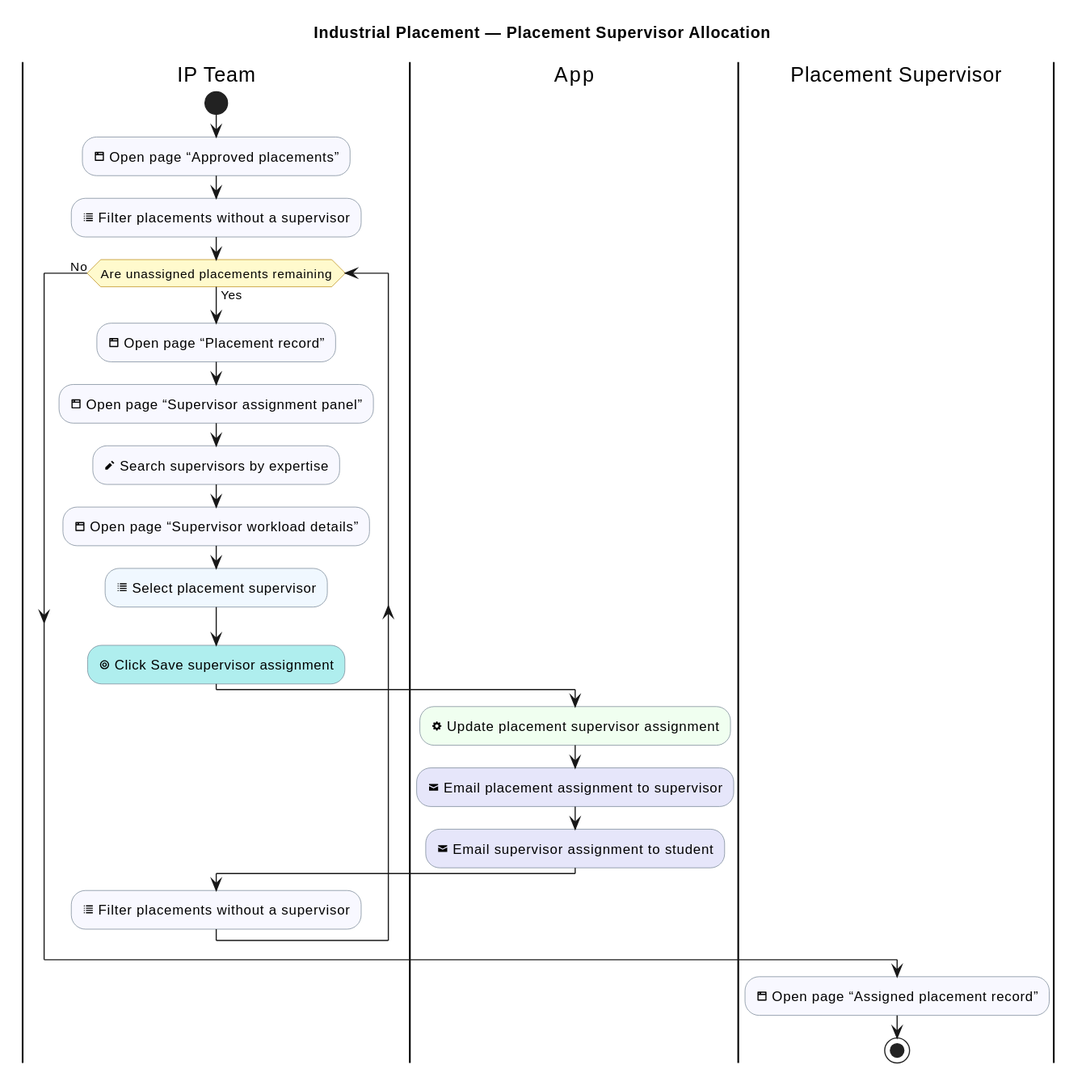
sdflkjssl/sdflkjssl.github.io keeps this PlantUML diagram as industrial-placement-group-project/diagrams/industrial-placement/supervisor-allocation.svg. Above is the earlier version.
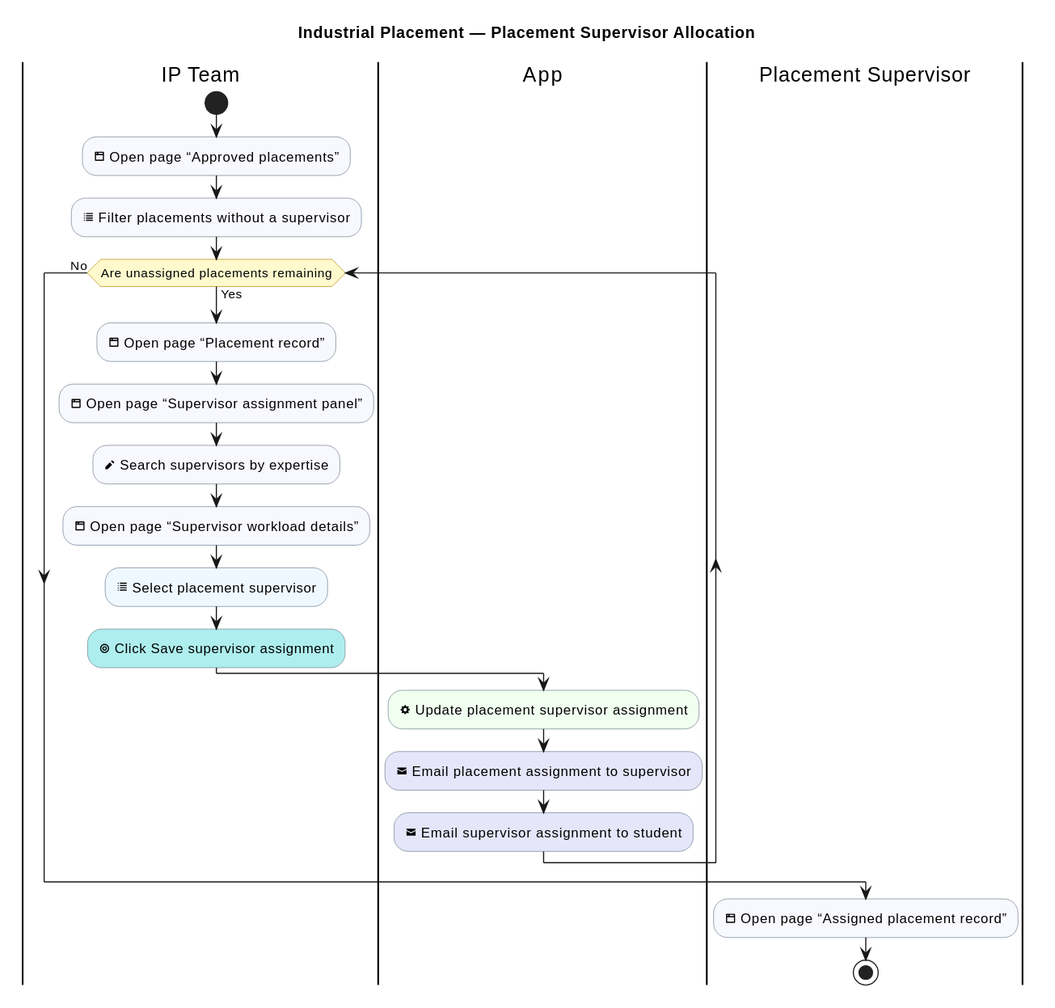
Later version of the same file.

What changed in the source:
```diff
@@ -27,7 +27,6 @@
   :<&envelope-closed> Email placement assignment to supervisor; <<#Lavender>>
   :<&envelope-closed> Email supervisor assignment to student; <<#Lavender>>
   |IP Team|
-  :<&list> Filter placements without a supervisor; <<#GhostWhite>>
 endwhile (No)
 
 |Placement Supervisor|
```
